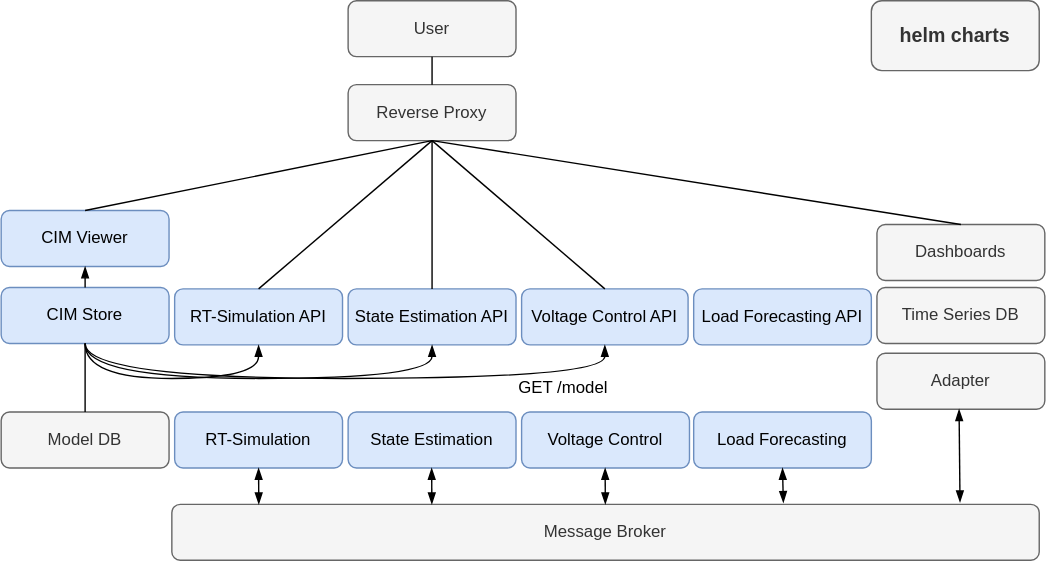
sogno-platform/sogno-platform.github.io keeps this draw.io diagram as static/architecture.svg. Above is the earlier version. Source tidied: cells renumbered, new cells last; positions are measured from the earlier drawing's top-left corner, leaving out a move shared by most shapes.
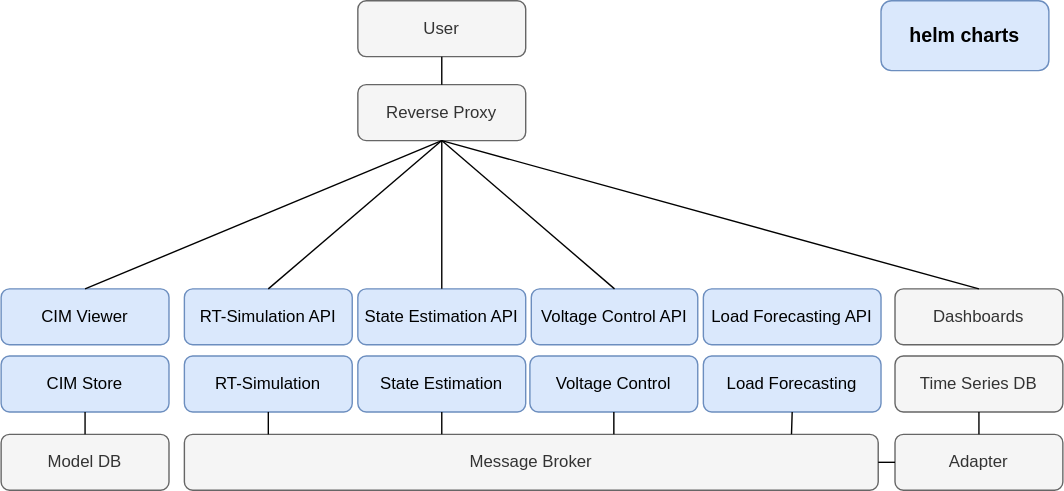
Later version of the same file.

Commit message:
add service dataflow diagram

Diff of the diagram source:
```diff
@@ -3,7 +3,7 @@
     <mxCell id="0" />
     <mxCell id="1" parent="0" />
     <mxCell id="2" value="&lt;a href=&quot;https://github.com/sogno-platform/dpsim&quot;&gt;RT-Simulation&lt;/a&gt;" style="rounded=1;whiteSpace=wrap;html=1;fillColor=#dae8fc;strokeColor=#6c8ebf;" parent="1" vertex="1">
-      <mxGeometry x="124" y="294" width="120" height="40" as="geometry" />
+      <mxGeometry x="124" y="254" width="120" height="40" as="geometry" />
     </mxCell>
     <mxCell id="3" value="&lt;a href=&quot;https://github.com/sogno-platform/dpsim-service&quot;&gt;RT-Simulation API&lt;/a&gt;" style="rounded=1;whiteSpace=wrap;html=1;fillColor=#dae8fc;strokeColor=#6c8ebf;" parent="1" vertex="1">
       <mxGeometry x="124" y="206" width="120" height="40" as="geometry" />
@@ -12,90 +12,53 @@
       <mxGeometry x="248" y="206" width="120" height="40" as="geometry" />
     </mxCell>
     <mxCell id="5" value="&lt;a href=&quot;https://github.com/sogno-platform/pyvolt&quot;&gt;State Estimation&lt;/a&gt;" style="rounded=1;whiteSpace=wrap;html=1;fillColor=#dae8fc;strokeColor=#6c8ebf;" parent="1" vertex="1">
-      <mxGeometry x="248" y="294" width="120" height="40" as="geometry" />
+      <mxGeometry x="248" y="254" width="120" height="40" as="geometry" />
     </mxCell>
     <mxCell id="6" value="&lt;a href=&quot;https://github.com/sogno-platform/cim-service&quot;&gt;CIM Store&lt;/a&gt;" style="rounded=1;whiteSpace=wrap;html=1;fillColor=#dae8fc;strokeColor=#6c8ebf;" parent="1" vertex="1">
-      <mxGeometry y="205" width="120" height="40" as="geometry" />
+      <mxGeometry x="-7" y="254" width="120" height="40" as="geometry" />
     </mxCell>
     <mxCell id="7" value="Model DB" style="rounded=1;whiteSpace=wrap;html=1;fillColor=#f5f5f5;strokeColor=#666666;fontColor=#333333;" parent="1" vertex="1">
-      <mxGeometry y="294" width="120" height="40" as="geometry" />
+      <mxGeometry x="-7" y="310" width="120" height="40" as="geometry" />
     </mxCell>
     <mxCell id="8" value="&lt;a href=&quot;https://github.com/sogno-platform/pintura&quot;&gt;CIM Viewer&lt;/a&gt;" style="rounded=1;whiteSpace=wrap;html=1;fillColor=#dae8fc;strokeColor=#6c8ebf;" parent="1" vertex="1">
-      <mxGeometry y="150" width="120" height="40" as="geometry" />
+      <mxGeometry x="-7" y="206" width="120" height="40" as="geometry" />
     </mxCell>
     <mxCell id="9" value="Message Broker" style="rounded=1;whiteSpace=wrap;html=1;fillColor=#f5f5f5;strokeColor=#666666;fontColor=#333333;" parent="1" vertex="1">
-      <mxGeometry x="122" y="360" width="620" height="40" as="geometry" />
+      <mxGeometry x="124" y="310" width="496" height="40" as="geometry" />
     </mxCell>
     <mxCell id="10" value="Adapter" style="rounded=1;whiteSpace=wrap;html=1;fillColor=#f5f5f5;strokeColor=#666666;fontColor=#333333;" parent="1" vertex="1">
-      <mxGeometry x="626" y="252" width="120" height="40" as="geometry" />
+      <mxGeometry x="632" y="310" width="120" height="40" as="geometry" />
     </mxCell>
     <mxCell id="11" value="Time Series DB" style="rounded=1;whiteSpace=wrap;html=1;fillColor=#f5f5f5;strokeColor=#666666;fontColor=#333333;" parent="1" vertex="1">
-      <mxGeometry x="626" y="205" width="120" height="40" as="geometry" />
+      <mxGeometry x="632" y="254" width="120" height="40" as="geometry" />
     </mxCell>
     <mxCell id="12" value="Dashboards" style="rounded=1;whiteSpace=wrap;html=1;fillColor=#f5f5f5;strokeColor=#666666;fontColor=#333333;" parent="1" vertex="1">
-      <mxGeometry x="626" y="160" width="120" height="40" as="geometry" />
+      <mxGeometry x="632" y="206" width="120" height="40" as="geometry" />
     </mxCell>
     <mxCell id="13" value="&lt;a href=&quot;https://github.com/sogno-platform/covee-service&quot;&gt;Voltage Control API&lt;/a&gt;" style="rounded=1;whiteSpace=wrap;html=1;fillColor=#dae8fc;strokeColor=#6c8ebf;" parent="1" vertex="1">
       <mxGeometry x="372" y="206" width="119" height="40" as="geometry" />
     </mxCell>
     <mxCell id="14" value="&lt;a href=&quot;https://github.com/sogno-platform/covee&quot;&gt;Voltage Control&lt;/a&gt;" style="rounded=1;whiteSpace=wrap;html=1;fillColor=#dae8fc;strokeColor=#6c8ebf;" parent="1" vertex="1">
-      <mxGeometry x="372" y="294" width="120" height="40" as="geometry" />
+      <mxGeometry x="371" y="254" width="120" height="40" as="geometry" />
     </mxCell>
-    <mxCell id="15" style="endArrow=blockThin;startArrow=blockThin;html=1;startFill=1;endFill=1;exitX=0.5;exitY=1;exitDx=0;exitDy=0;entryX=0.297;entryY=0;entryDx=0;entryDy=0;entryPerimeter=0;" parent="1" edge="1" source="2">
+    <mxCell id="15" style="endArrow=none;startArrow=none;html=1;startFill=0;endFill=0;exitX=0.5;exitY=1;exitDx=0;exitDy=0;" parent="1" edge="1" source="2">
       <mxGeometry relative="1" as="geometry">
-        <mxPoint x="184.1" y="360" as="targetPoint" />
+        <mxPoint x="184" y="310" as="targetPoint" />
       </mxGeometry>
     </mxCell>
-    <mxCell id="16" style="endArrow=blockThin;startArrow=blockThin;html=1;exitX=0.5;exitY=1;exitDx=0;exitDy=0;startFill=1;endFill=1;entryX=0.899;entryY=-0.036;entryDx=0;entryDy=0;entryPerimeter=0;" parent="1" edge="1">
-      <mxGeometry relative="1" as="geometry">
-        <mxPoint x="684.7" y="292" as="sourcePoint" />
-        <mxPoint x="685.4" y="358.6" as="targetPoint" />
-      </mxGeometry>
+    <mxCell id="16" style="endArrow=none;startArrow=none;html=1;exitX=1;exitY=0.5;exitDx=0;exitDy=0;startFill=0;endFill=0;entryX=0;entryY=0.5;entryDx=0;entryDy=0;" parent="1" edge="1" source="9" target="10">
+      <mxGeometry relative="1" as="geometry" />
     </mxCell>
-    <mxCell id="17" style="endArrow=blockThin;startArrow=none;html=1;exitX=0.5;exitY=1;exitDx=0;exitDy=0;startFill=0;endFill=1;edgeStyle=orthogonalEdgeStyle;curved=1;entryX=0.5;entryY=1;entryDx=0;entryDy=0;" parent="1" edge="1" source="6" target="3">
-      <mxGeometry relative="1" as="geometry">
-        <Array as="points">
-          <mxPoint x="60" y="270" />
-          <mxPoint x="184" y="270" />
-        </Array>
-      </mxGeometry>
-    </mxCell>
-    <mxCell id="18" style="endArrow=blockThin;startArrow=none;html=1;exitX=0.5;exitY=1;exitDx=0;exitDy=0;startFill=0;endFill=1;edgeStyle=orthogonalEdgeStyle;curved=1;entryX=0.5;entryY=1;entryDx=0;entryDy=0;" parent="1" edge="1" source="6" target="4">
-      <mxGeometry relative="1" as="geometry">
-        <Array as="points">
-          <mxPoint x="60" y="270" />
-          <mxPoint x="308" y="270" />
-        </Array>
-      </mxGeometry>
-    </mxCell>
-    <mxCell id="19" value="GET /model" style="text;html=1;strokeColor=none;fillColor=none;align=center;verticalAlign=middle;whiteSpace=wrap;rounded=0;" parent="1" vertex="1">
-      <mxGeometry x="364" y="267" width="76" height="20" as="geometry" />
-    </mxCell>
-    <mxCell id="20" style="endArrow=blockThin;html=1;entryX=0.5;entryY=1;entryDx=0;entryDy=0;exitX=0.5;exitY=0;exitDx=0;exitDy=0;endFill=1;" parent="1" edge="1" source="6" target="8">
-      <mxGeometry relative="1" as="geometry" />
-    </mxCell>
-    <mxCell id="21" style="endArrow=blockThin;startArrow=none;html=1;exitX=0.5;exitY=1;exitDx=0;exitDy=0;startFill=0;endFill=1;edgeStyle=orthogonalEdgeStyle;curved=1;entryX=0.5;entryY=1;entryDx=0;entryDy=0;" parent="1" edge="1" source="6" target="13">
-      <mxGeometry relative="1" as="geometry">
-        <Array as="points">
-          <mxPoint x="60" y="270" />
-          <mxPoint x="432" y="270" />
-        </Array>
-      </mxGeometry>
-    </mxCell>
     <mxCell id="22" style="endArrow=none;html=1;entryX=0.5;entryY=1;entryDx=0;entryDy=0;exitX=0.5;exitY=0;exitDx=0;exitDy=0;" parent="1" edge="1" source="7" target="6">
       <mxGeometry relative="1" as="geometry" />
     </mxCell>
-    <mxCell id="23" style="endArrow=blockThin;startArrow=blockThin;html=1;startFill=1;endFill=1;exitX=0.5;exitY=1;exitDx=0;exitDy=0;entryX=0.297;entryY=0;entryDx=0;entryDy=0;entryPerimeter=0;" parent="1" edge="1">
+    <mxCell id="23" style="endArrow=none;startArrow=none;html=1;startFill=0;endFill=0;exitX=0.5;exitY=1;exitDx=0;exitDy=0;" parent="1" edge="1" source="5">
       <mxGeometry relative="1" as="geometry">
-        <mxPoint x="307.7" y="334" as="sourcePoint" />
-        <mxPoint x="307.8" y="360" as="targetPoint" />
+        <mxPoint x="308" y="310" as="targetPoint" />
       </mxGeometry>
     </mxCell>
-    <mxCell id="24" style="endArrow=blockThin;startArrow=blockThin;html=1;startFill=1;endFill=1;exitX=0.5;exitY=1;exitDx=0;exitDy=0;entryX=0.297;entryY=0;entryDx=0;entryDy=0;entryPerimeter=0;" parent="1" edge="1">
-      <mxGeometry relative="1" as="geometry">
-        <mxPoint x="431.7" y="334" as="sourcePoint" />
-        <mxPoint x="431.8" y="360" as="targetPoint" />
-      </mxGeometry>
+    <mxCell id="24" style="endArrow=none;startArrow=none;html=1;startFill=0;endFill=0;exitX=0.5;exitY=1;exitDx=0;exitDy=0;entryX=0.619;entryY=0;entryDx=0;entryDy=0;entryPerimeter=0;" parent="1" edge="1" source="14" target="9">
+      <mxGeometry relative="1" as="geometry" />
     </mxCell>
     <mxCell id="25" value="Reverse Proxy" style="rounded=1;whiteSpace=wrap;html=1;fillColor=#f5f5f5;strokeColor=#666666;fontColor=#333333;" parent="1" vertex="1">
       <mxGeometry x="248" y="60" width="120" height="40" as="geometry" />
@@ -121,17 +84,22 @@
     <mxCell id="32" style="endArrow=none;html=1;entryX=0.5;entryY=1;entryDx=0;entryDy=0;exitX=0.5;exitY=0;exitDx=0;exitDy=0;" parent="1" edge="1" source="25" target="26">
       <mxGeometry relative="1" as="geometry" />
     </mxCell>
-    <mxCell id="33" value="&lt;a href=&quot;https://github.com/sogno-platform/helm-charts&quot;&gt;helm charts&lt;/a&gt;" style="rounded=1;whiteSpace=wrap;html=1;fillColor=#f5f5f5;strokeColor=#666666;fontColor=#333333;fontSize=14;fontStyle=1;" parent="1" vertex="1">
+    <mxCell id="33" value="&lt;a href=&quot;https://github.com/sogno-platform/helm-charts&quot;&gt;helm charts&lt;/a&gt;" style="rounded=1;whiteSpace=wrap;html=1;fillColor=#dae8fc;strokeColor=#6c8ebf;fontSize=14;fontStyle=1;" parent="1" vertex="1">
       <mxGeometry x="622" width="120" height="50" as="geometry" />
     </mxCell>
     <mxCell id="34" value="Load Forecasting API" style="rounded=1;whiteSpace=wrap;html=1;fillColor=#dae8fc;strokeColor=#6c8ebf;" parent="1" vertex="1">
       <mxGeometry x="495" y="206" width="127" height="40" as="geometry" />
     </mxCell>
     <mxCell id="35" value="&lt;a href=&quot;https://github.com/sogno-platform/proloaf&quot;&gt;Load Forecasting&lt;/a&gt;" style="rounded=1;whiteSpace=wrap;html=1;fillColor=#dae8fc;strokeColor=#6c8ebf;" parent="1" vertex="1">
-      <mxGeometry x="495" y="294" width="127" height="40" as="geometry" />
+      <mxGeometry x="495" y="254" width="127" height="40" as="geometry" />
     </mxCell>
-    <mxCell id="36" style="endArrow=blockThin;startArrow=blockThin;html=1;startFill=1;endFill=1;exitX=0.5;exitY=1;exitDx=0;exitDy=0;entryX=0.705;entryY=-0.025;entryDx=0;entryDy=0;entryPerimeter=0;" parent="1" edge="1" source="35" target="9">
-      <mxGeometry relative="1" as="geometry" />
-    </mxCell>
+    <mxCell id="37" style="endArrow=none;startArrow=none;html=1;startFill=0;endFill=0;exitX=0.5;exitY=1;exitDx=0;exitDy=0;entryX=0.5;entryY=0;entryDx=0;entryDy=0;" parent="1" edge="1" source="11" target="10">
+      <mxGeometry relative="1" as="geometry" />
+    </mxCell>
+    <mxCell id="38" style="endArrow=none;startArrow=none;html=1;startFill=0;endFill=0;exitX=0.5;exitY=1;exitDx=0;exitDy=0;" parent="1" edge="1" source="35">
+      <mxGeometry relative="1" as="geometry">
+        <mxPoint x="558" y="310" as="targetPoint" />
+      </mxGeometry>
+    </mxCell>
   </root>
 </mxGraphModel>
```
